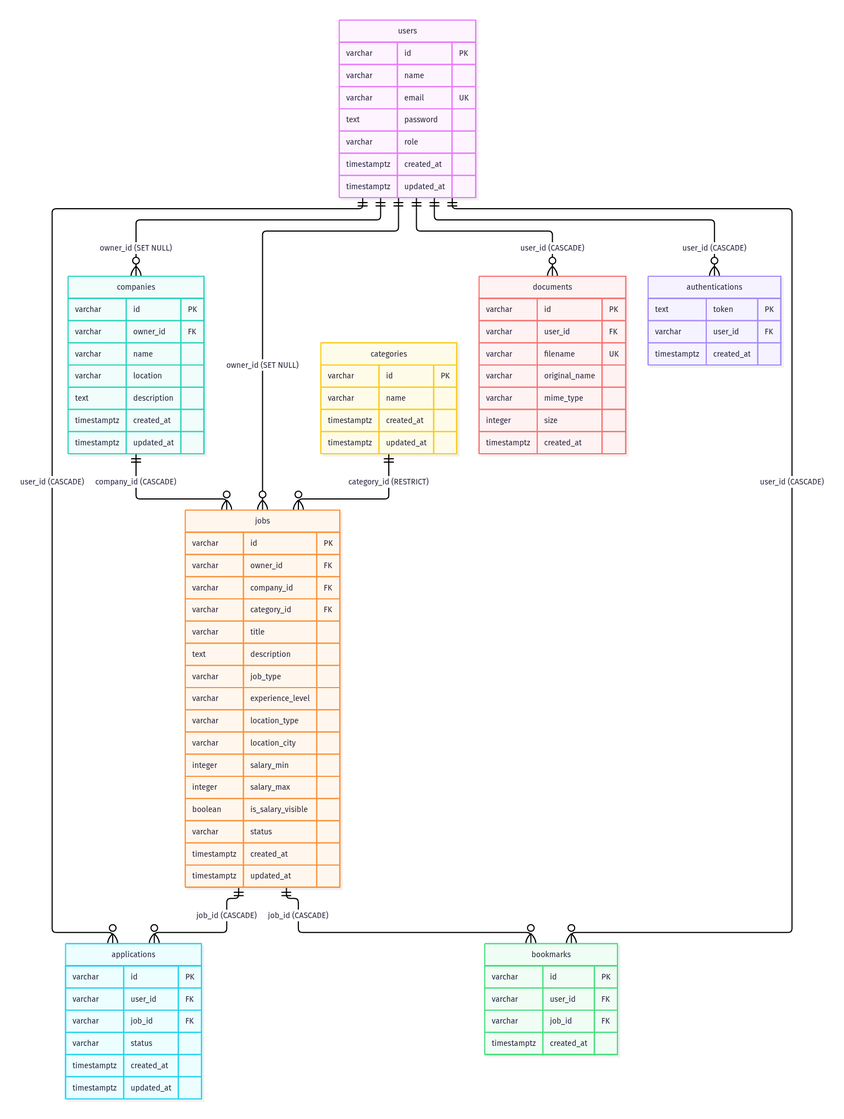
alfinhimawan/Proyek-Akhir-OpenJob-RESTful-API-Versi-2 keeps this Mermaid diagram as docs/ERD-OpenJob-versi-2.png. Above is the earlier version. Its source is kept beside it as docs/ERD-OpenJob-versi-2.mmd.
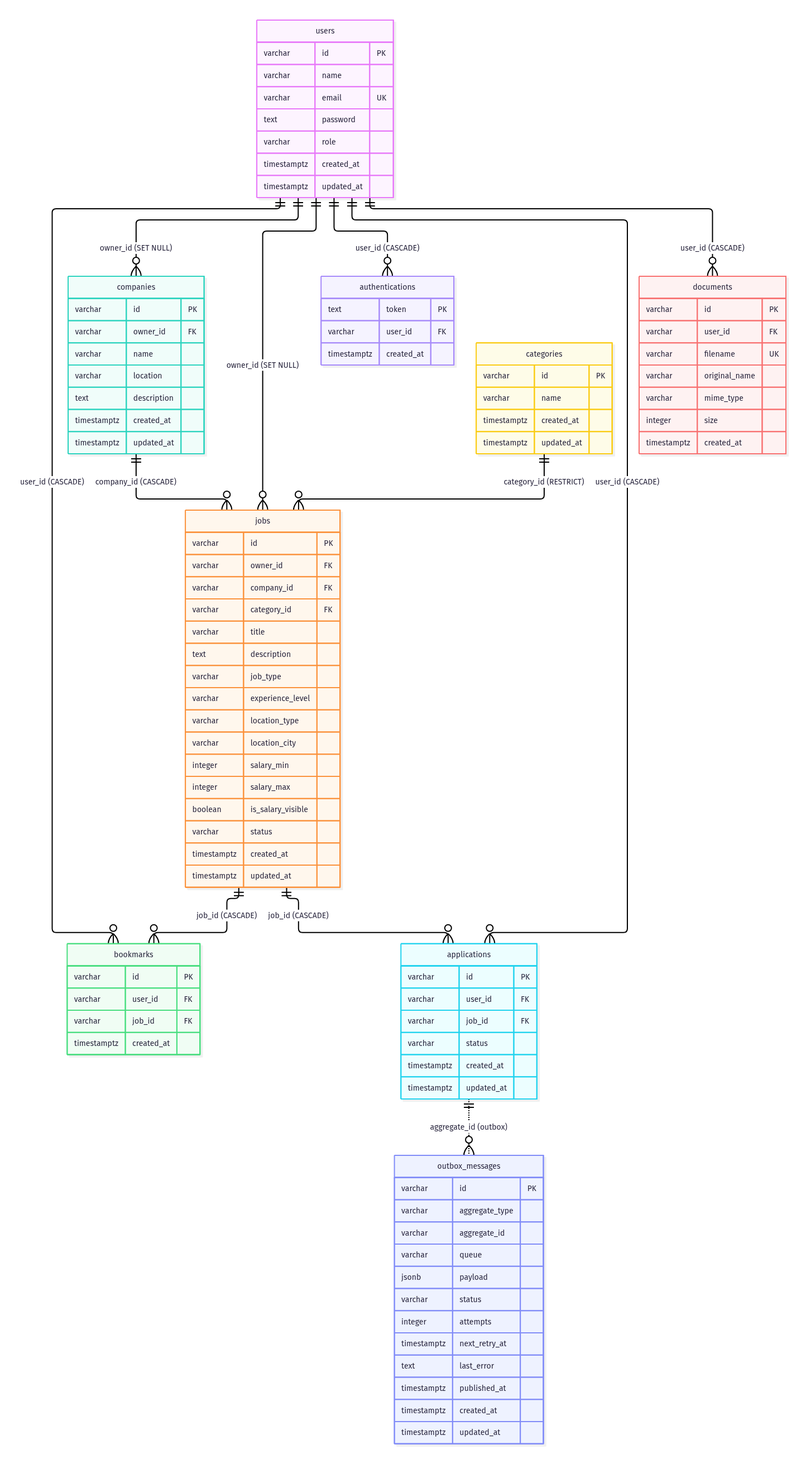
After the commit.

Diff of the diagram source:
```diff
@@ -14,6 +14,7 @@
     categories ||--o{ jobs : "category_id (RESTRICT)"
     jobs ||--o{ applications : "job_id (CASCADE)"
     jobs ||--o{ bookmarks : "job_id (CASCADE)"
+    applications ||..o{ outbox_messages : "aggregate_id (outbox)"
 
     users {
         varchar id PK
@@ -74,6 +75,20 @@
         timestamptz created_at
         timestamptz updated_at
     }
+    outbox_messages {
+        varchar id PK
+        varchar aggregate_type
+        varchar aggregate_id
+        varchar queue
+        jsonb payload
+        varchar status
+        integer attempts
+        timestamptz next_retry_at
+        text last_error
+        timestamptz published_at
+        timestamptz created_at
+        timestamptz updated_at
+    }
     bookmarks {
         varchar id PK
         varchar user_id FK
```
